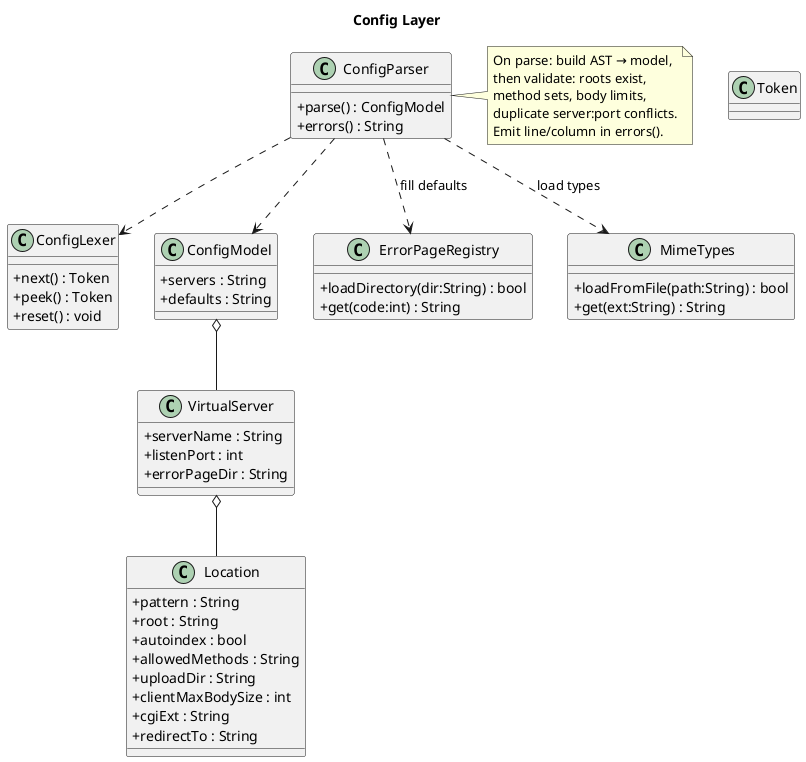
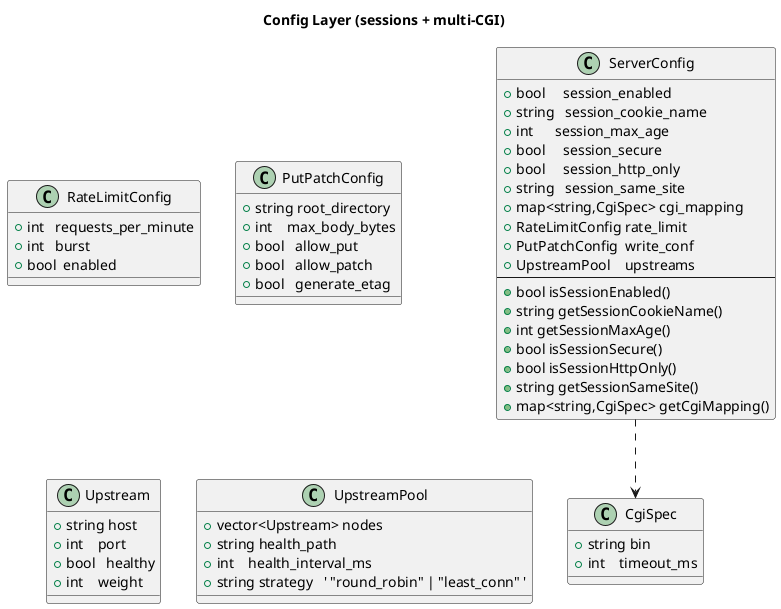
@startuml
- title Config Layer
- skinparam classAttributeIconSize 0
+ skinparam packageStyle rectangle
+ title Config Layer (sessions + multi-CGI)

- class Token
- 
- class ConfigLexer {
-   + next() : Token
-   + peek() : Token
-   + reset() : void
+ class CgiSpec {
+   +string bin
+   +int    timeout_ms
}

- class ConfigParser {
-   + parse() : ConfigModel
-   + errors() : String
+ class ServerConfig {
+   +bool     session_enabled
+   +string   session_cookie_name
+   +int      session_max_age
+   +bool     session_secure
+   +bool     session_http_only
+   +string   session_same_site
+   +map<string,CgiSpec> cgi_mapping
+   +RateLimitConfig rate_limit
+   +PutPatchConfig  write_conf
+   +UpstreamPool    upstreams
+   --
+   +bool isSessionEnabled()
+   +string getSessionCookieName()
+   +int getSessionMaxAge()
+   +bool isSessionSecure()
+   +bool isSessionHttpOnly()
+   +string getSessionSameSite()
+   +map<string,CgiSpec> getCgiMapping()
}

- class ConfigModel {
-   + servers : String
-   + defaults : String
+ 
+ ' === Add to Config UML === '
+ class RateLimitConfig {
+   +int   requests_per_minute
+   +int   burst
+   +bool  enabled
}

- class VirtualServer {
-   + serverName : String
-   + listenPort : int
-   + errorPageDir : String
+ class PutPatchConfig {
+   +string root_directory
+   +int    max_body_bytes
+   +bool   allow_put
+   +bool   allow_patch
+   +bool   generate_etag
}

- class Location {
-   + pattern : String
-   + root : String
-   + autoindex : bool
-   + allowedMethods : String
-   + uploadDir : String
-   + clientMaxBodySize : int
-   + cgiExt : String
-   + redirectTo : String
+ class Upstream {
+   +string host
+   +int    port
+   +bool   healthy
+   +int    weight
}

- class ErrorPageRegistry {
- 	+ loadDirectory(dir:String) : bool
- 	+ get(code:int) : String
- }
- class MimeTypes {
- 	+ loadFromFile(path:String) : bool
- 	+ get(ext:String) : String
+ class UpstreamPool {
+   +vector<Upstream> nodes
+   +string health_path
+   +int    health_interval_ms
+   +string strategy   ' "round_robin" | "least_conn" '
}

- ConfigParser ..> ConfigLexer
- ConfigParser ..> ConfigModel
- ConfigModel o-- VirtualServer
- VirtualServer o-- Location
- ConfigParser ..> ErrorPageRegistry : fill defaults
- ConfigParser ..> MimeTypes : load types
- 
- note right of ConfigParser
- On parse: build AST → model,
- then validate: roots exist,
- method sets, body limits,
- duplicate server:port conflicts.
- Emit line/column in errors().
- end note
- 
+ ServerConfig ..> CgiSpec
@enduml
